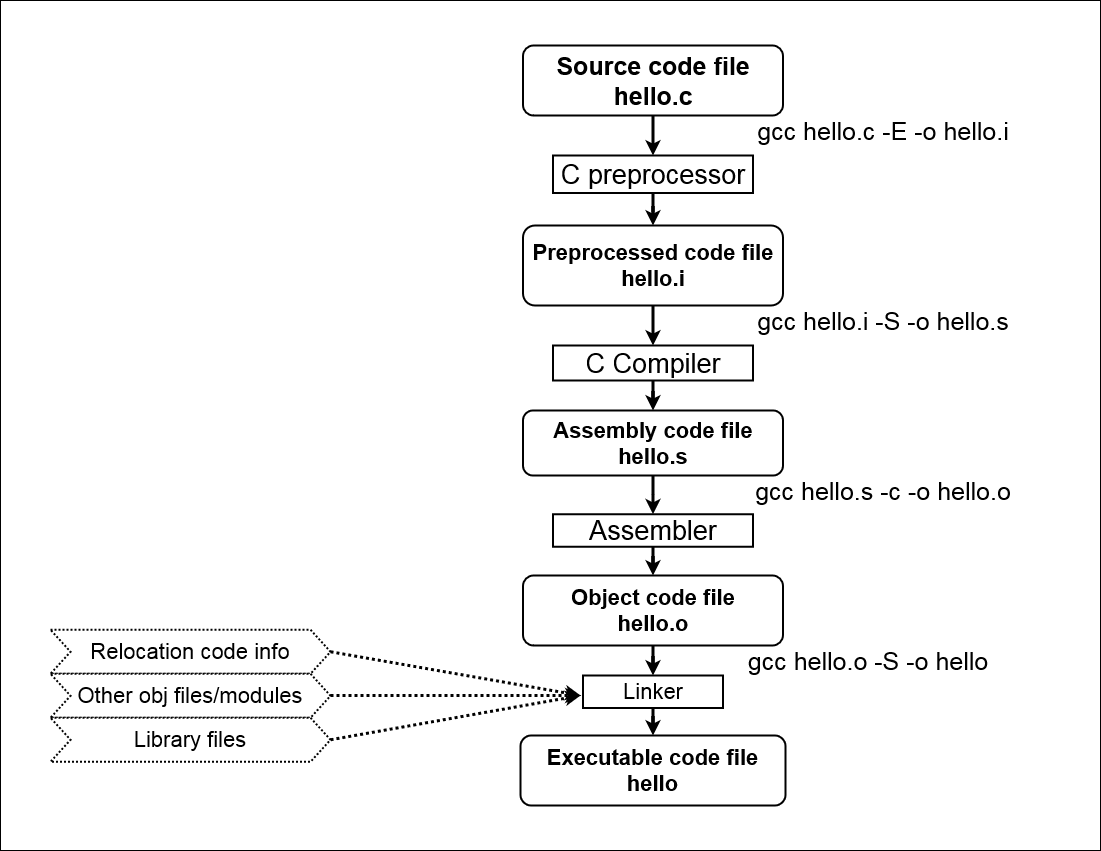
Before: images/cBuild.png, a diagram exported from draw.io (abhishekdhamale/rust-trainings). Source tidied: cells renumbered, new cells last; positions are measured from the earlier drawing's top-left corner, leaving out a move shared by most shapes. Source of this version:
```xml
<mxGraphModel background="#ffffff">
  <root>
    <mxCell id="0" />
    <mxCell id="1" parent="0" />
    <mxCell id="2" style="rounded=0;whiteSpace=wrap;html=1;strokeWidth=1;fontSize=22;" parent="1" vertex="1">
      <mxGeometry width="1100" height="850" as="geometry" />
    </mxCell>
    <mxCell id="3" style="edgeStyle=orthogonalEdgeStyle;rounded=0;jettySize=auto;html=1;strokeWidth=3;fontSize=22;" parent="1" edge="1" source="4" target="17">
      <mxGeometry relative="1" as="geometry" />
    </mxCell>
    <mxCell id="4" value="&lt;div style=&quot;font-size: 25px;&quot;&gt;&lt;font style=&quot;font-size: 25px;&quot;&gt;&lt;b&gt;Source code file&lt;/b&gt;&lt;/font&gt;&lt;/div&gt;&lt;div style=&quot;font-size: 25px;&quot;&gt;&lt;font style=&quot;font-size: 25px;&quot;&gt;&lt;b&gt;&lt;font style=&quot;font-size: 25px;&quot;&gt;hello.c&lt;/font&gt;&lt;br&gt;&lt;/b&gt;&lt;/font&gt;&lt;/div&gt;" style="rounded=1;whiteSpace=wrap;html=1;strokeWidth=2;" parent="1" vertex="1">
      <mxGeometry x="522.5" y="45" width="260" height="70" as="geometry" />
    </mxCell>
    <mxCell id="5" style="edgeStyle=orthogonalEdgeStyle;rounded=0;jettySize=auto;html=1;strokeWidth=3;fontSize=22;" parent="1" edge="1" source="6" target="19">
      <mxGeometry relative="1" as="geometry" />
    </mxCell>
    <mxCell id="6" value="&lt;div style=&quot;font-size: 22px;&quot;&gt;Preprocessed code file&lt;/div&gt;&lt;div style=&quot;font-size: 22px;&quot;&gt;hello.i&lt;br style=&quot;font-size: 22px;&quot;&gt;&lt;/div&gt;" style="rounded=1;whiteSpace=wrap;html=1;strokeWidth=2;fontSize=22;fontStyle=1;" parent="1" vertex="1">
      <mxGeometry x="522.5" y="225" width="260" height="80" as="geometry" />
    </mxCell>
    <mxCell id="7" style="edgeStyle=orthogonalEdgeStyle;rounded=0;jettySize=auto;html=1;strokeWidth=3;fontSize=22;" parent="1" edge="1" source="8" target="21">
      <mxGeometry relative="1" as="geometry" />
    </mxCell>
    <mxCell id="8" value="&lt;div&gt;Assembly code file&lt;/div&gt;&lt;div&gt;hello.s&lt;br&gt;&lt;/div&gt;" style="rounded=1;whiteSpace=wrap;html=1;strokeWidth=2;fontSize=22;fontStyle=1;" parent="1" vertex="1">
      <mxGeometry x="522.5" y="410" width="260" height="65" as="geometry" />
    </mxCell>
    <mxCell id="9" style="edgeStyle=orthogonalEdgeStyle;rounded=0;jettySize=auto;html=1;strokeWidth=3;fontSize=22;" parent="1" edge="1" source="10" target="23">
      <mxGeometry relative="1" as="geometry" />
    </mxCell>
    <mxCell id="10" value="&lt;div&gt;Object code file&lt;/div&gt;&lt;div&gt;hello.o&lt;br&gt;&lt;/div&gt;" style="rounded=1;whiteSpace=wrap;html=1;strokeWidth=2;fontSize=22;fontStyle=1;" parent="1" vertex="1">
      <mxGeometry x="522.5" y="575" width="260" height="70" as="geometry" />
    </mxCell>
    <mxCell id="11" value="&lt;div style=&quot;font-size: 25px;&quot;&gt;gcc hello.c -E -o hello.i&lt;/div&gt;" style="text;html=1;strokeColor=none;fillColor=none;align=center;verticalAlign=middle;whiteSpace=wrap;rounded=0;fontSize=25;" parent="1" vertex="1">
      <mxGeometry x="752.5" y="115" width="260" height="30" as="geometry" />
    </mxCell>
    <mxCell id="12" value="&lt;div&gt;gcc hello.s -c -o hello.o&lt;/div&gt;" style="text;html=1;strokeColor=none;fillColor=none;align=center;verticalAlign=middle;whiteSpace=wrap;rounded=0;fontSize=25;" parent="1" vertex="1">
      <mxGeometry x="752.5" y="475" width="260" height="30" as="geometry" />
    </mxCell>
    <mxCell id="13" value="gcc hello.i -S -o hello.s" style="text;html=1;strokeColor=none;fillColor=none;align=center;verticalAlign=middle;whiteSpace=wrap;rounded=0;fontSize=25;" parent="1" vertex="1">
      <mxGeometry x="752.5" y="305" width="260" height="30" as="geometry" />
    </mxCell>
    <mxCell id="14" value="&lt;div&gt;Executable code file&lt;/div&gt;&lt;div&gt;hello&lt;/div&gt;" style="rounded=1;whiteSpace=wrap;html=1;strokeWidth=2;fontSize=22;fontStyle=1;" parent="1" vertex="1">
      <mxGeometry x="520" y="735" width="265" height="70" as="geometry" />
    </mxCell>
    <mxCell id="15" value="&lt;div&gt;gcc hello.o -S -o hello&lt;/div&gt;" style="text;html=1;strokeColor=none;fillColor=none;align=center;verticalAlign=middle;whiteSpace=wrap;rounded=0;fontSize=25;" parent="1" vertex="1">
      <mxGeometry x="722.5" y="645" width="290" height="30" as="geometry" />
    </mxCell>
    <mxCell id="16" style="edgeStyle=orthogonalEdgeStyle;rounded=0;jettySize=auto;html=1;strokeWidth=3;fontSize=22;" parent="1" edge="1" source="17" target="6">
      <mxGeometry relative="1" as="geometry" />
    </mxCell>
    <mxCell id="17" value="&lt;div style=&quot;font-size: 27px;&quot;&gt;C preprocessor&lt;/div&gt;" style="rounded=0;whiteSpace=wrap;html=1;strokeWidth=2;fontSize=22;" parent="1" vertex="1">
      <mxGeometry x="552.5" y="155" width="200" height="37.5" as="geometry" />
    </mxCell>
    <mxCell id="18" style="edgeStyle=orthogonalEdgeStyle;rounded=0;jettySize=auto;html=1;strokeWidth=3;fontSize=22;" parent="1" edge="1" source="19" target="8">
      <mxGeometry relative="1" as="geometry" />
    </mxCell>
    <mxCell id="19" value="&lt;div style=&quot;font-size: 27px;&quot;&gt;C Compiler&lt;/div&gt;" style="rounded=0;whiteSpace=wrap;html=1;strokeWidth=2;fontSize=22;" parent="1" vertex="1">
      <mxGeometry x="552.5" y="345" width="200" height="35" as="geometry" />
    </mxCell>
    <mxCell id="20" style="edgeStyle=orthogonalEdgeStyle;rounded=0;jettySize=auto;html=1;strokeWidth=3;fontSize=22;" parent="1" edge="1" source="21" target="10">
      <mxGeometry relative="1" as="geometry" />
    </mxCell>
    <mxCell id="21" value="&lt;div style=&quot;font-size: 27px;&quot;&gt;Assembler&lt;/div&gt;" style="rounded=0;whiteSpace=wrap;html=1;strokeWidth=2;fontSize=22;" parent="1" vertex="1">
      <mxGeometry x="552.5" y="513.8" width="200" height="32.5" as="geometry" />
    </mxCell>
    <mxCell id="22" style="edgeStyle=orthogonalEdgeStyle;rounded=0;jettySize=auto;html=1;strokeWidth=3;fontSize=22;" parent="1" edge="1" source="23" target="14">
      <mxGeometry relative="1" as="geometry" />
    </mxCell>
    <mxCell id="23" value="Linker" style="rounded=0;whiteSpace=wrap;html=1;strokeWidth=2;fontSize=22;" parent="1" vertex="1">
      <mxGeometry x="582.5" y="675" width="140" height="32.5" as="geometry" />
    </mxCell>
    <mxCell id="24" value="Relocation code info" style="shape=step;perimeter=stepPerimeter;whiteSpace=wrap;html=1;fixedSize=1;rounded=0;strokeWidth=2;fontSize=22;dashed=1;dashPattern=1 1;" parent="1" vertex="1">
      <mxGeometry x="50" y="629.2" width="280" height="44" as="geometry" />
    </mxCell>
    <mxCell id="25" value="Other obj files/modules" style="shape=step;perimeter=stepPerimeter;whiteSpace=wrap;html=1;fixedSize=1;rounded=0;strokeWidth=2;fontSize=22;dashed=1;dashPattern=1 1;" parent="1" vertex="1">
      <mxGeometry x="50" y="673.2" width="280" height="44" as="geometry" />
    </mxCell>
    <mxCell id="26" value="Library files" style="shape=step;perimeter=stepPerimeter;whiteSpace=wrap;html=1;fixedSize=1;rounded=0;strokeWidth=2;fontSize=22;dashed=1;dashPattern=1 1;" parent="1" vertex="1">
      <mxGeometry x="50" y="717.2" width="280" height="44" as="geometry" />
    </mxCell>
    <mxCell id="27" style="endArrow=classic;html=1;rounded=0;dashed=1;dashPattern=1 1;strokeWidth=3;fontSize=22;" parent="1" edge="1">
      <mxGeometry relative="1" as="geometry">
        <mxPoint x="330" y="695" as="sourcePoint" />
        <mxPoint x="580" y="695" as="targetPoint" />
      </mxGeometry>
    </mxCell>
    <mxCell id="28" style="endArrow=classic;html=1;rounded=0;dashed=1;dashPattern=1 1;strokeWidth=3;fontSize=22;exitX=1;exitY=0.5;exitDx=0;exitDy=0;" parent="1" edge="1" source="24">
      <mxGeometry relative="1" as="geometry">
        <mxPoint x="580" y="695" as="targetPoint" />
      </mxGeometry>
    </mxCell>
    <mxCell id="29" style="endArrow=classic;html=1;rounded=0;dashed=1;dashPattern=1 1;strokeWidth=3;fontSize=22;exitX=1;exitY=0.5;exitDx=0;exitDy=0;" parent="1" edge="1" source="26">
      <mxGeometry relative="1" as="geometry">
        <mxPoint x="580" y="695" as="targetPoint" />
      </mxGeometry>
    </mxCell>
  </root>
</mxGraphModel>
```
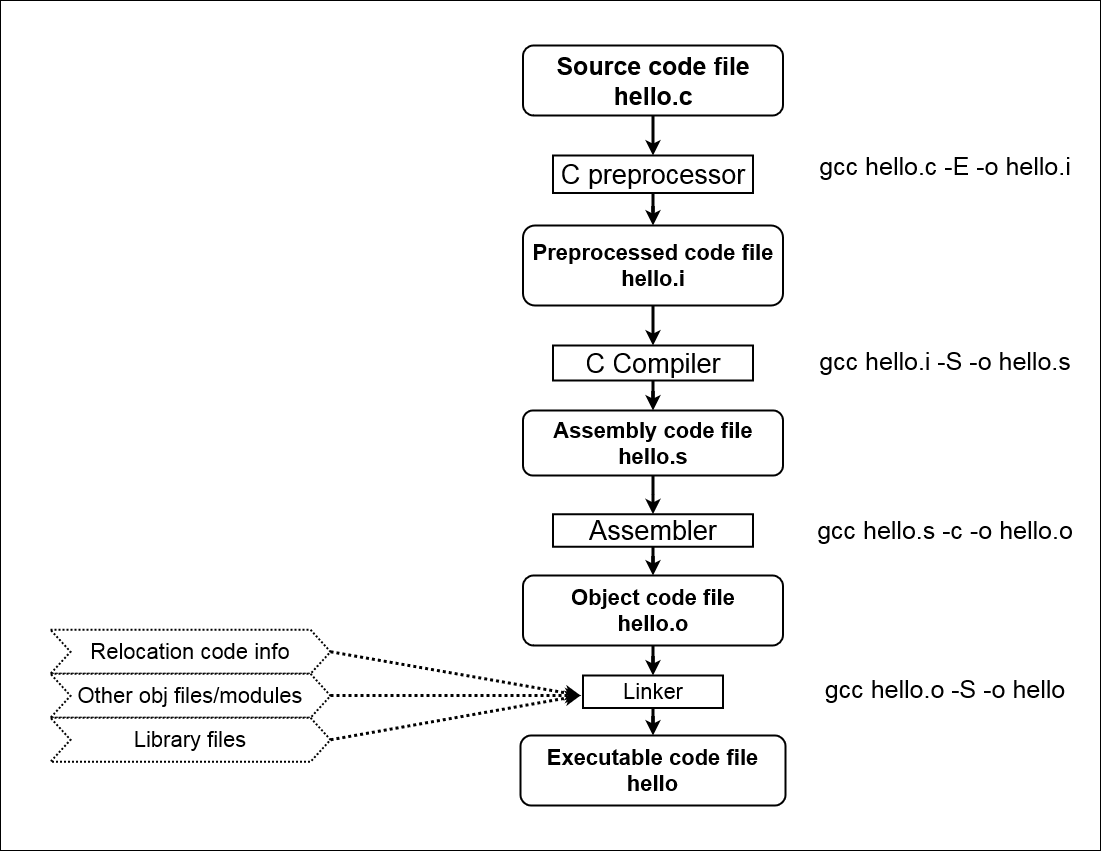
After the change.

What changed in the source:
```diff
@@ -30,19 +30,19 @@
       <mxGeometry x="522.5" y="575" width="260" height="70" as="geometry" />
     </mxCell>
     <mxCell id="11" value="&lt;div style=&quot;font-size: 25px;&quot;&gt;gcc hello.c -E -o hello.i&lt;/div&gt;" style="text;html=1;strokeColor=none;fillColor=none;align=center;verticalAlign=middle;whiteSpace=wrap;rounded=0;fontSize=25;" parent="1" vertex="1">
-      <mxGeometry x="752.5" y="115" width="260" height="30" as="geometry" />
+      <mxGeometry x="815" y="150" width="260" height="30" as="geometry" />
     </mxCell>
     <mxCell id="12" value="&lt;div&gt;gcc hello.s -c -o hello.o&lt;/div&gt;" style="text;html=1;strokeColor=none;fillColor=none;align=center;verticalAlign=middle;whiteSpace=wrap;rounded=0;fontSize=25;" parent="1" vertex="1">
-      <mxGeometry x="752.5" y="475" width="260" height="30" as="geometry" />
+      <mxGeometry x="815" y="513.8" width="260" height="30" as="geometry" />
     </mxCell>
     <mxCell id="13" value="gcc hello.i -S -o hello.s" style="text;html=1;strokeColor=none;fillColor=none;align=center;verticalAlign=middle;whiteSpace=wrap;rounded=0;fontSize=25;" parent="1" vertex="1">
-      <mxGeometry x="752.5" y="305" width="260" height="30" as="geometry" />
+      <mxGeometry x="815" y="345" width="260" height="30" as="geometry" />
     </mxCell>
     <mxCell id="14" value="&lt;div&gt;Executable code file&lt;/div&gt;&lt;div&gt;hello&lt;/div&gt;" style="rounded=1;whiteSpace=wrap;html=1;strokeWidth=2;fontSize=22;fontStyle=1;" parent="1" vertex="1">
       <mxGeometry x="520" y="735" width="265" height="70" as="geometry" />
     </mxCell>
     <mxCell id="15" value="&lt;div&gt;gcc hello.o -S -o hello&lt;/div&gt;" style="text;html=1;strokeColor=none;fillColor=none;align=center;verticalAlign=middle;whiteSpace=wrap;rounded=0;fontSize=25;" parent="1" vertex="1">
-      <mxGeometry x="722.5" y="645" width="290" height="30" as="geometry" />
+      <mxGeometry x="800" y="673.2" width="290" height="30" as="geometry" />
     </mxCell>
     <mxCell id="16" style="edgeStyle=orthogonalEdgeStyle;rounded=0;jettySize=auto;html=1;strokeWidth=3;fontSize=22;" parent="1" edge="1" source="17" target="6">
       <mxGeometry relative="1" as="geometry" />
@@ -93,5 +93,8 @@
         <mxPoint x="580" y="695" as="targetPoint" />
       </mxGeometry>
     </mxCell>
+    <mxCell id="30" style="edgeStyle=orthogonalEdgeStyle;rounded=0;orthogonalLoop=1;jettySize=auto;html=1;exitX=0.5;exitY=1;exitDx=0;exitDy=0;strokeWidth=3;fontSize=22;" parent="1" edge="1" source="12" target="12">
+      <mxGeometry relative="1" as="geometry" />
+    </mxCell>
   </root>
 </mxGraphModel>
```
